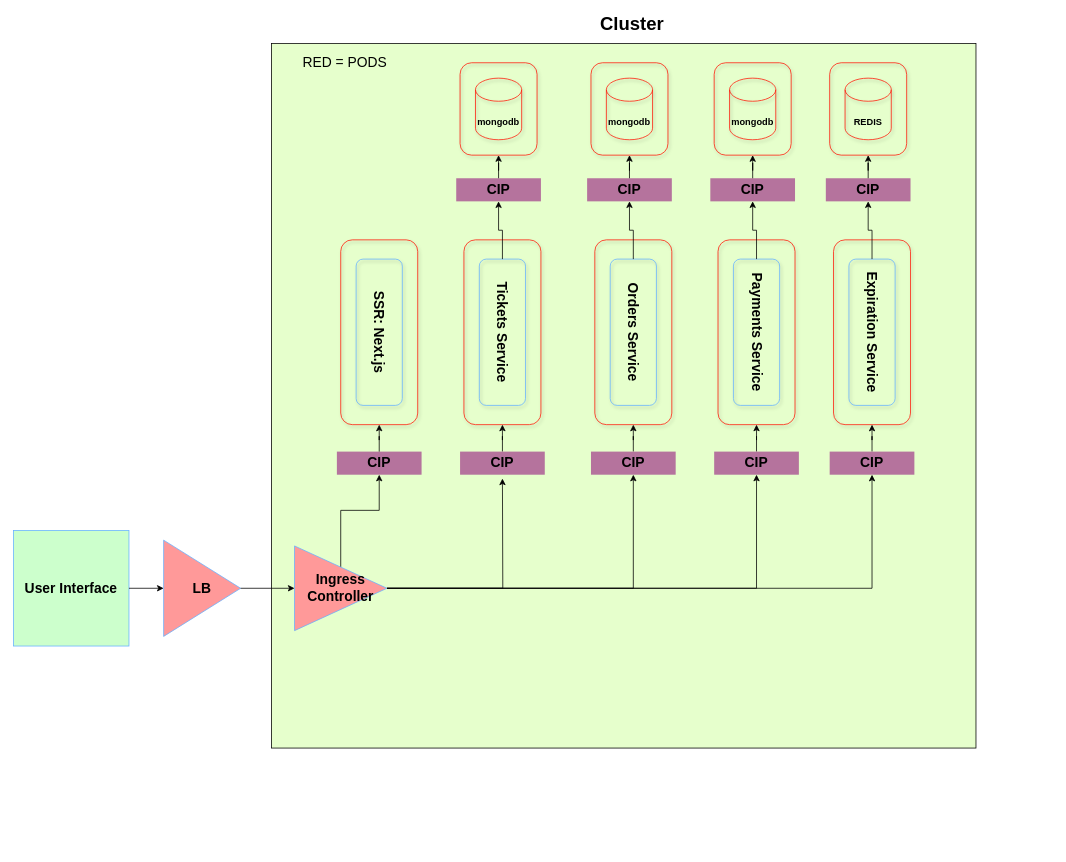
berkan-alci/MS-tickets-NATS keeps this draw.io diagram as readme/Cluster-Diagram.drawio. Above is the earlier version. Source tidied: cells renumbered, new cells numbered last; positions are measured from the earlier drawing's top-left corner, leaving out a move shared by most shapes. Both pictures are drawn from the tidied source at 77%, with x=0, y=0 at pixel (13, 16).
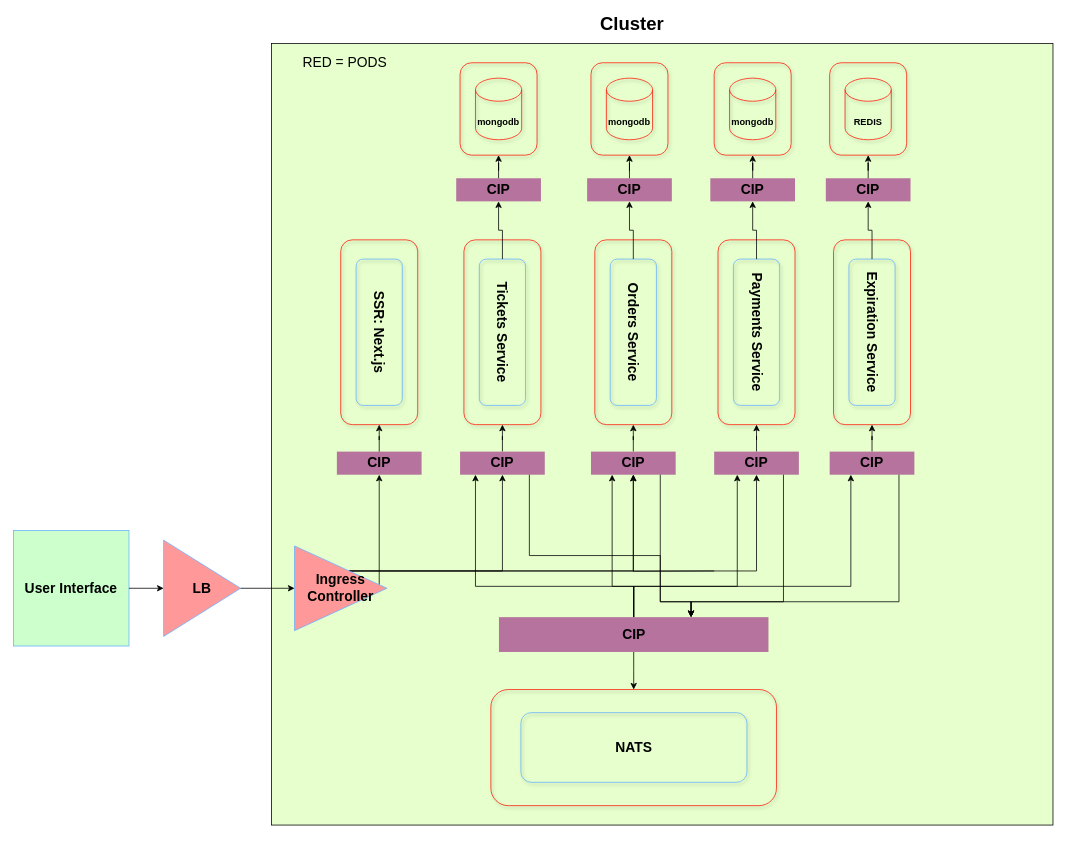
Above is the later version.

Unchanged cells that the change refers to:
```xml
<mxCell id="6" value="&lt;b&gt;CIP&lt;/b&gt;" style="rounded=0;whiteSpace=wrap;html=1;shadow=0;fontSize=18;strokeColor=none;fillColor=#B5739D;" parent="5" vertex="1">
  <mxGeometry y="275" width="110" height="30" as="geometry" />
</mxCell>
<mxCell id="23" value="&lt;b&gt;CIP&lt;/b&gt;" style="rounded=0;whiteSpace=wrap;html=1;shadow=0;fontSize=18;strokeColor=none;fillColor=#B5739D;" parent="18" vertex="1">
  <mxGeometry y="275" width="110" height="30" as="geometry" />
</mxCell>
<mxCell id="39" value="&lt;b&gt;CIP&lt;/b&gt;" style="rounded=0;whiteSpace=wrap;html=1;shadow=0;fontSize=18;strokeColor=none;fillColor=#B5739D;" parent="34" vertex="1">
  <mxGeometry y="275" width="110" height="30" as="geometry" />
</mxCell>
<mxCell id="54" value="&lt;b&gt;CIP&lt;/b&gt;" style="rounded=0;whiteSpace=wrap;html=1;shadow=0;fontSize=18;strokeColor=none;fillColor=#B5739D;" parent="49" vertex="1">
  <mxGeometry y="275" width="110" height="30" as="geometry" />
</mxCell>
<mxCell id="69" value="&lt;b&gt;CIP&lt;/b&gt;" style="rounded=0;whiteSpace=wrap;html=1;shadow=0;fontSize=18;strokeColor=none;fillColor=#B5739D;" parent="64" vertex="1">
  <mxGeometry y="275" width="110" height="30" as="geometry" />
</mxCell>
<mxCell id="78" value="&lt;b&gt;Ingress Controller&lt;/b&gt;" style="triangle;whiteSpace=wrap;html=1;shadow=0;fontSize=18;strokeColor=#66B2FF;fillColor=#FF9999;" parent="1" vertex="1">
  <mxGeometry x="365" y="687.5" width="120" height="110" as="geometry" />
</mxCell>
```

What changed in the source:
```diff
@@
     <mxCell id="3" style="whiteSpace=wrap;html=1;fillColor=#E6FFCC;" parent="1" vertex="1">
-      <mxGeometry x="335" y="35" width="915" height="915" as="geometry" />
+      <mxGeometry x="335" y="35" width="1015" height="1015" as="geometry" />
     </mxCell>
@@
     <mxCell id="73" style="edgeStyle=orthogonalEdgeStyle;rounded=0;jettySize=auto;html=1;entryX=0.5;entryY=1;entryDx=0;entryDy=0;fontSize=18;" parent="1" edge="1" source="78" target="6">
-      <mxGeometry relative="1" as="geometry" />
+      <mxGeometry relative="1" as="geometry">
+        <Array as="points">
+          <mxPoint x="475" y="690" />
+          <mxPoint x="475" y="690" />
+        </Array>
+      </mxGeometry>
     </mxCell>
-    <mxCell id="74" style="edgeStyle=orthogonalEdgeStyle;rounded=0;jettySize=auto;html=1;fontSize=18;" parent="1" edge="1" source="78">
+    <mxCell id="74" style="edgeStyle=orthogonalEdgeStyle;rounded=0;jettySize=auto;html=1;fontSize=18;entryX=0.5;entryY=1;entryDx=0;entryDy=0;" parent="1" edge="1" source="78" target="23">
       <mxGeometry relative="1" as="geometry">
-        <mxPoint x="635" y="600" as="targetPoint" />
+        <Array as="points">
+          <mxPoint x="635" y="720" />
+        </Array>
       </mxGeometry>
     </mxCell>
     <mxCell id="75" style="edgeStyle=orthogonalEdgeStyle;rounded=0;jettySize=auto;html=1;fontSize=18;" parent="1" edge="1" source="78" target="39">
-      <mxGeometry relative="1" as="geometry" />
+      <mxGeometry relative="1" as="geometry">
+        <Array as="points">
+          <mxPoint x="805" y="720" />
+        </Array>
+      </mxGeometry>
     </mxCell>
     <mxCell id="76" style="edgeStyle=orthogonalEdgeStyle;rounded=0;jettySize=auto;html=1;fontSize=18;" parent="1" edge="1" source="78" target="54">
-      <mxGeometry relative="1" as="geometry" />
+      <mxGeometry relative="1" as="geometry">
+        <Array as="points">
+          <mxPoint x="965" y="720" />
+        </Array>
+      </mxGeometry>
     </mxCell>
-    <mxCell id="77" style="edgeStyle=orthogonalEdgeStyle;rounded=0;jettySize=auto;html=1;entryX=0.5;entryY=1;entryDx=0;entryDy=0;fontSize=18;" parent="1" edge="1" source="78" target="69">
-      <mxGeometry relative="1" as="geometry" />
-    </mxCell>
@@
+    <mxCell id="81" style="group;rotation=-90;" parent="1" vertex="1">
+      <mxGeometry x="770" y="720" width="220.9" height="460" as="geometry" />
+    </mxCell>
+    <mxCell id="82" style="group;rotation=-90;" parent="81" vertex="1">
+      <mxGeometry x="-42" y="49" width="262.9" height="362" as="geometry" />
+    </mxCell>
+    <mxCell id="83" style="group;rotation=-90;" parent="82" vertex="1">
+      <mxGeometry width="262.9" height="362" as="geometry" />
+    </mxCell>
+    <mxCell id="84" style="group;" parent="83" vertex="1">
+      <mxGeometry x="-108" y="105" width="370.9" height="150.8" as="geometry" />
+    </mxCell>
+    <mxCell id="85" style="rounded=1;whiteSpace=wrap;html=1;shadow=1;fontSize=24;strokeColor=#FF1808;fillColor=none;rotation=0;" parent="84" vertex="1">
+      <mxGeometry width="370.9" height="150.8" as="geometry" />
+    </mxCell>
+    <mxCell id="86" value="&lt;font style=&quot;font-size: 18px&quot;&gt;&lt;b&gt;NATS&lt;br&gt;&lt;/b&gt;&lt;/font&gt;" style="rounded=1;whiteSpace=wrap;html=1;shadow=1;fontSize=12;strokeColor=#66B2FF;fillColor=none;rotation=0;" parent="84" vertex="1">
+      <mxGeometry x="39" y="30" width="293.6" height="90.5" as="geometry" />
+    </mxCell>
+    <mxCell id="87" style="edgeStyle=orthogonalEdgeStyle;rounded=0;jettySize=auto;html=1;fontSize=18;" parent="1" edge="1" source="92" target="85">
+      <mxGeometry relative="1" as="geometry" />
+    </mxCell>
+    <mxCell id="88" style="edgeStyle=orthogonalEdgeStyle;rounded=0;jettySize=auto;html=1;fontSize=18;" parent="1" edge="1" source="92" target="54">
+      <mxGeometry relative="1" as="geometry">
+        <Array as="points">
+          <mxPoint x="806" y="740" />
+          <mxPoint x="940" y="740" />
+        </Array>
+      </mxGeometry>
+    </mxCell>
+    <mxCell id="89" style="edgeStyle=orthogonalEdgeStyle;rounded=0;jettySize=auto;html=1;entryX=0.25;entryY=1;entryDx=0;entryDy=0;fontSize=18;" parent="1" edge="1" source="92" target="39">
+      <mxGeometry relative="1" as="geometry">
+        <Array as="points">
+          <mxPoint x="806" y="740" />
+          <mxPoint x="778" y="740" />
+        </Array>
+      </mxGeometry>
+    </mxCell>
+    <mxCell id="90" style="edgeStyle=orthogonalEdgeStyle;rounded=0;jettySize=auto;html=1;entryX=0.25;entryY=1;entryDx=0;entryDy=0;fontSize=18;fillColor=#0829FF;shadow=0;strokeColor=#000000;" parent="1" edge="1" source="92" target="69">
+      <mxGeometry relative="1" as="geometry">
+        <Array as="points">
+          <mxPoint x="806" y="740" />
+          <mxPoint x="1088" y="740" />
+        </Array>
+      </mxGeometry>
+    </mxCell>
+    <mxCell id="91" style="edgeStyle=orthogonalEdgeStyle;rounded=0;jettySize=auto;html=1;fontSize=18;" parent="1" edge="1" source="92" target="23">
+      <mxGeometry relative="1" as="geometry">
+        <Array as="points">
+          <mxPoint x="806" y="740" />
+          <mxPoint x="600" y="740" />
+        </Array>
+      </mxGeometry>
+    </mxCell>
+    <mxCell id="92" value="&lt;b&gt;CIP&lt;/b&gt;" style="rounded=0;whiteSpace=wrap;html=1;shadow=0;fontSize=18;strokeColor=none;fillColor=#B5739D;rotation=0;" parent="1" vertex="1">
+      <mxGeometry x="630.5" y="780" width="350" height="45.2" as="geometry" />
+    </mxCell>
+    <mxCell id="93" style="edgeStyle=orthogonalEdgeStyle;rounded=0;jettySize=auto;html=1;fontSize=18;" parent="1" edge="1" source="69" target="92">
+      <mxGeometry relative="1" as="geometry">
+        <Array as="points">
+          <mxPoint x="1150" y="760" />
+          <mxPoint x="880" y="760" />
+        </Array>
+      </mxGeometry>
+    </mxCell>
+    <mxCell id="94" style="edgeStyle=orthogonalEdgeStyle;rounded=0;jettySize=auto;html=1;fontSize=18;" parent="1" edge="1" target="39">
+      <mxGeometry relative="1" as="geometry">
+        <mxPoint x="910" y="720" as="sourcePoint" />
+      </mxGeometry>
+    </mxCell>
+    <mxCell id="95" style="edgeStyle=orthogonalEdgeStyle;rounded=0;jettySize=auto;html=1;fontSize=18;" parent="1" edge="1" source="54" target="92">
+      <mxGeometry relative="1" as="geometry">
+        <Array as="points">
+          <mxPoint x="1000" y="760" />
+          <mxPoint x="880" y="760" />
+        </Array>
+      </mxGeometry>
+    </mxCell>
+    <mxCell id="96" style="edgeStyle=orthogonalEdgeStyle;rounded=0;jettySize=auto;html=1;shadow=0;fontSize=18;strokeColor=#000000;fillColor=#0829FF;" parent="1" edge="1" source="39">
+      <mxGeometry relative="1" as="geometry">
+        <mxPoint x="880" y="780" as="targetPoint" />
+        <Array as="points">
+          <mxPoint x="840" y="760" />
+          <mxPoint x="880" y="760" />
+        </Array>
+      </mxGeometry>
+    </mxCell>
+    <mxCell id="97" style="edgeStyle=orthogonalEdgeStyle;rounded=0;jettySize=auto;html=1;shadow=0;fontSize=18;strokeColor=#000000;fillColor=#0829FF;" parent="1" edge="1" source="23">
+      <mxGeometry relative="1" as="geometry">
+        <mxPoint x="880" y="780" as="targetPoint" />
+        <Array as="points">
+          <mxPoint x="670" y="700" />
+          <mxPoint x="840" y="700" />
+          <mxPoint x="840" y="760" />
+          <mxPoint x="880" y="760" />
+        </Array>
+      </mxGeometry>
+    </mxCell>
```
